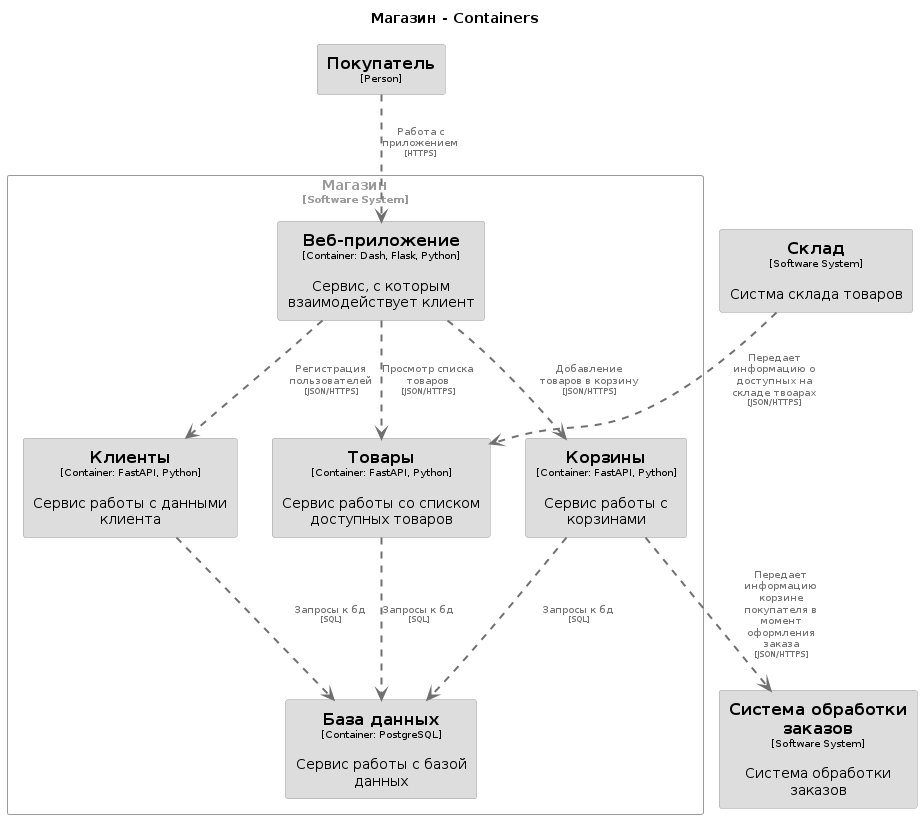
Earlier version of the PlantUML export lab1/export/Container_diagram.png (Megict/architecture_tasks). The source it was exported from:
```plantuml
@startuml
set separator none
title Магазин - Containers

top to bottom direction

skinparam {
  arrowFontSize 10
  defaultTextAlignment center
  wrapWidth 200
  maxMessageSize 100
}

hide stereotype

skinparam rectangle<<Магазин.Базаданных>> {
  BackgroundColor #dddddd
  FontColor #000000
  BorderColor #9a9a9a
  shadowing false
}
skinparam rectangle<<Магазин.Вебприложение>> {
  BackgroundColor #dddddd
  FontColor #000000
  BorderColor #9a9a9a
  shadowing false
}
skinparam rectangle<<Магазин.Клиенты>> {
  BackgroundColor #dddddd
  FontColor #000000
  BorderColor #9a9a9a
  shadowing false
}
skinparam rectangle<<Магазин.Корзины>> {
  BackgroundColor #dddddd
  FontColor #000000
  BorderColor #9a9a9a
  shadowing false
}
skinparam rectangle<<Покупатель>> {
  BackgroundColor #dddddd
  FontColor #000000
  BorderColor #9a9a9a
  shadowing false
}
skinparam rectangle<<Системаобработкизаказов>> {
  BackgroundColor #dddddd
  FontColor #000000
  BorderColor #9a9a9a
  shadowing false
}
skinparam rectangle<<Склад>> {
  BackgroundColor #dddddd
  FontColor #000000
  BorderColor #9a9a9a
  shadowing false
}
skinparam rectangle<<Магазин.Товары>> {
  BackgroundColor #dddddd
  FontColor #000000
  BorderColor #9a9a9a
  shadowing false
}
skinparam rectangle<<Магазин>> {
  BorderColor #9a9a9a
  FontColor #9a9a9a
  shadowing false
}

rectangle "==Покупатель\n<size:10>[Person]</size>" <<Покупатель>> as Покупатель
rectangle "==Система обработки заказов\n<size:10>[Software System]</size>\n\nСистема обработки заказов" <<Системаобработкизаказов>> as Системаобработкизаказов
rectangle "==Склад\n<size:10>[Software System]</size>\n\nСистма склада товаров" <<Склад>> as Склад

rectangle "Магазин\n<size:10>[Software System]</size>" <<Магазин>> {
  rectangle "==База данных\n<size:10>[Container: PostgreSQL]</size>\n\nСервис работы с базой данных" <<Магазин.Базаданных>> as Магазин.Базаданных
  rectangle "==Веб-приложение\n<size:10>[Container: Dash, Flask, Python]</size>\n\nСервис, с которым взаимодействует клиент" <<Магазин.Вебприложение>> as Магазин.Вебприложение
  rectangle "==Клиенты\n<size:10>[Container: FastAPI, Python]</size>\n\nСервис работы с данными клиента" <<Магазин.Клиенты>> as Магазин.Клиенты
  rectangle "==Корзины\n<size:10>[Container: FastAPI, Python]</size>\n\nСервис работы с корзинами" <<Магазин.Корзины>> as Магазин.Корзины
  rectangle "==Товары\n<size:10>[Container: FastAPI, Python]</size>\n\nСервис работы со списком доступных товаров" <<Магазин.Товары>> as Магазин.Товары
}

Покупатель .[#707070,thickness=2].> Магазин.Вебприложение : "<color:#707070>Работа с приложением\n<color:#707070><size:8>[HTTPS]</size>"
Магазин.Вебприложение .[#707070,thickness=2].> Магазин.Клиенты : "<color:#707070>Регистрация пользователей\n<color:#707070><size:8>[JSON/HTTPS]</size>"
Магазин.Вебприложение .[#707070,thickness=2].> Магазин.Товары : "<color:#707070>Просмотр списка товаров\n<color:#707070><size:8>[JSON/HTTPS]</size>"
Магазин.Вебприложение .[#707070,thickness=2].> Магазин.Корзины : "<color:#707070>Добавление товаров в корзину\n<color:#707070><size:8>[JSON/HTTPS]</size>"
Магазин.Клиенты .[#707070,thickness=2].> Магазин.Базаданных : "<color:#707070>Запросы к бд\n<color:#707070><size:8>[SQL]</size>"
Магазин.Товары .[#707070,thickness=2].> Магазин.Базаданных : "<color:#707070>Запросы к бд\n<color:#707070><size:8>[SQL]</size>"
Магазин.Корзины .[#707070,thickness=2].> Магазин.Базаданных : "<color:#707070>Запросы к бд\n<color:#707070><size:8>[SQL]</size>"
Склад .[#707070,thickness=2].> Магазин.Товары : "<color:#707070>Передает информацию о доступных на складе твоарах\n<color:#707070><size:8>[JSON/HTTPS]</size>"
Магазин.Корзины .[#707070,thickness=2].> Системаобработкизаказов : "<color:#707070>Передает информацию корзине покупателя в момент оформления заказа\n<color:#707070><size:8>[JSON/HTTPS]</size>"
@enduml
```
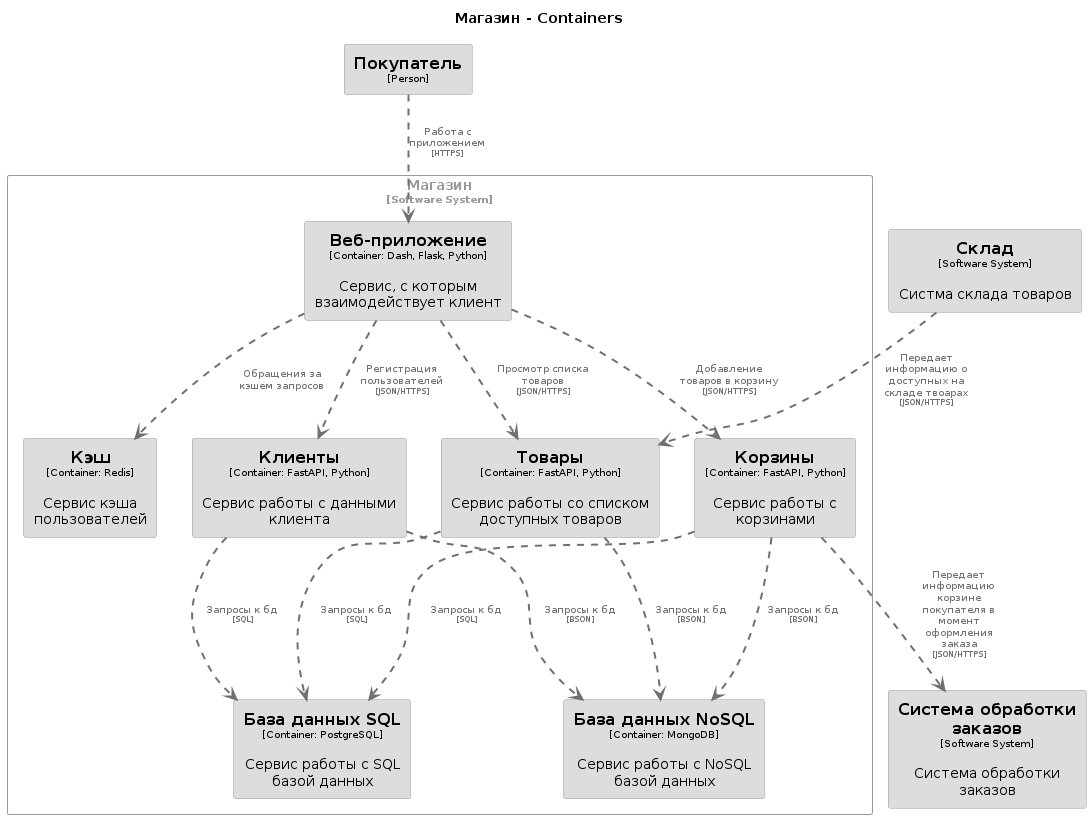
Above is the later version.

The edit, as a diff of the source:
```diff
@@ -13,7 +13,13 @@
 
 hide stereotype
 
-skinparam rectangle<<Магазин.Базаданных>> {
+skinparam rectangle<<Магазин.БазаданныхNoSQL>> {
+  BackgroundColor #dddddd
+  FontColor #000000
+  BorderColor #9a9a9a
+  shadowing false
+}
+skinparam rectangle<<Магазин.БазаданныхSQL>> {
   BackgroundColor #dddddd
   FontColor #000000
   BorderColor #9a9a9a
@@ -32,6 +38,12 @@
   shadowing false
 }
 skinparam rectangle<<Магазин.Корзины>> {
+  BackgroundColor #dddddd
+  FontColor #000000
+  BorderColor #9a9a9a
+  shadowing false
+}
+skinparam rectangle<<Магазин.Кэш>> {
   BackgroundColor #dddddd
   FontColor #000000
   BorderColor #9a9a9a
@@ -72,7 +84,9 @@
 rectangle "==Склад\n<size:10>[Software System]</size>\n\nСистма склада товаров" <<Склад>> as Склад
 
 rectangle "Магазин\n<size:10>[Software System]</size>" <<Магазин>> {
-  rectangle "==База данных\n<size:10>[Container: PostgreSQL]</size>\n\nСервис работы с базой данных" <<Магазин.Базаданных>> as Магазин.Базаданных
+  rectangle "==База данных SQL\n<size:10>[Container: PostgreSQL]</size>\n\nСервис работы с SQL базой данных" <<Магазин.БазаданныхSQL>> as Магазин.БазаданныхSQL
+  rectangle "==База данных NoSQL\n<size:10>[Container: MongoDB]</size>\n\nСервис работы с NoSQL базой данных" <<Магазин.БазаданныхNoSQL>> as Магазин.БазаданныхNoSQL
+  rectangle "==Кэш\n<size:10>[Container: Redis]</size>\n\nСервис кэша пользователей" <<Магазин.Кэш>> as Магазин.Кэш
   rectangle "==Веб-приложение\n<size:10>[Container: Dash, Flask, Python]</size>\n\nСервис, с которым взаимодействует клиент" <<Магазин.Вебприложение>> as Магазин.Вебприложение
   rectangle "==Клиенты\n<size:10>[Container: FastAPI, Python]</size>\n\nСервис работы с данными клиента" <<Магазин.Клиенты>> as Магазин.Клиенты
   rectangle "==Корзины\n<size:10>[Container: FastAPI, Python]</size>\n\nСервис работы с корзинами" <<Магазин.Корзины>> as Магазин.Корзины
@@ -83,9 +97,13 @@
 Магазин.Вебприложение .[#707070,thickness=2].> Магазин.Клиенты : "<color:#707070>Регистрация пользователей\n<color:#707070><size:8>[JSON/HTTPS]</size>"
 Магазин.Вебприложение .[#707070,thickness=2].> Магазин.Товары : "<color:#707070>Просмотр списка товаров\n<color:#707070><size:8>[JSON/HTTPS]</size>"
 Магазин.Вебприложение .[#707070,thickness=2].> Магазин.Корзины : "<color:#707070>Добавление товаров в корзину\n<color:#707070><size:8>[JSON/HTTPS]</size>"
-Магазин.Клиенты .[#707070,thickness=2].> Магазин.Базаданных : "<color:#707070>Запросы к бд\n<color:#707070><size:8>[SQL]</size>"
-Магазин.Товары .[#707070,thickness=2].> Магазин.Базаданных : "<color:#707070>Запросы к бд\n<color:#707070><size:8>[SQL]</size>"
-Магазин.Корзины .[#707070,thickness=2].> Магазин.Базаданных : "<color:#707070>Запросы к бд\n<color:#707070><size:8>[SQL]</size>"
+Магазин.Клиенты .[#707070,thickness=2].> Магазин.БазаданныхSQL : "<color:#707070>Запросы к бд\n<color:#707070><size:8>[SQL]</size>"
+Магазин.Товары .[#707070,thickness=2].> Магазин.БазаданныхSQL : "<color:#707070>Запросы к бд\n<color:#707070><size:8>[SQL]</size>"
+Магазин.Корзины .[#707070,thickness=2].> Магазин.БазаданныхSQL : "<color:#707070>Запросы к бд\n<color:#707070><size:8>[SQL]</size>"
 Склад .[#707070,thickness=2].> Магазин.Товары : "<color:#707070>Передает информацию о доступных на складе твоарах\n<color:#707070><size:8>[JSON/HTTPS]</size>"
 Магазин.Корзины .[#707070,thickness=2].> Системаобработкизаказов : "<color:#707070>Передает информацию корзине покупателя в момент оформления заказа\n<color:#707070><size:8>[JSON/HTTPS]</size>"
+Магазин.Вебприложение .[#707070,thickness=2].> Магазин.Кэш : "<color:#707070>Обращения за кэшем запросов"
+Магазин.Клиенты .[#707070,thickness=2].> Магазин.БазаданныхNoSQL : "<color:#707070>Запросы к бд\n<color:#707070><size:8>[BSON]</size>"
+Магазин.Корзины .[#707070,thickness=2].> Магазин.БазаданныхNoSQL : "<color:#707070>Запросы к бд\n<color:#707070><size:8>[BSON]</size>"
+Магазин.Товары .[#707070,thickness=2].> Магазин.БазаданныхNoSQL : "<color:#707070>Запросы к бд\n<color:#707070><size:8>[BSON]</size>"
 @enduml
```
